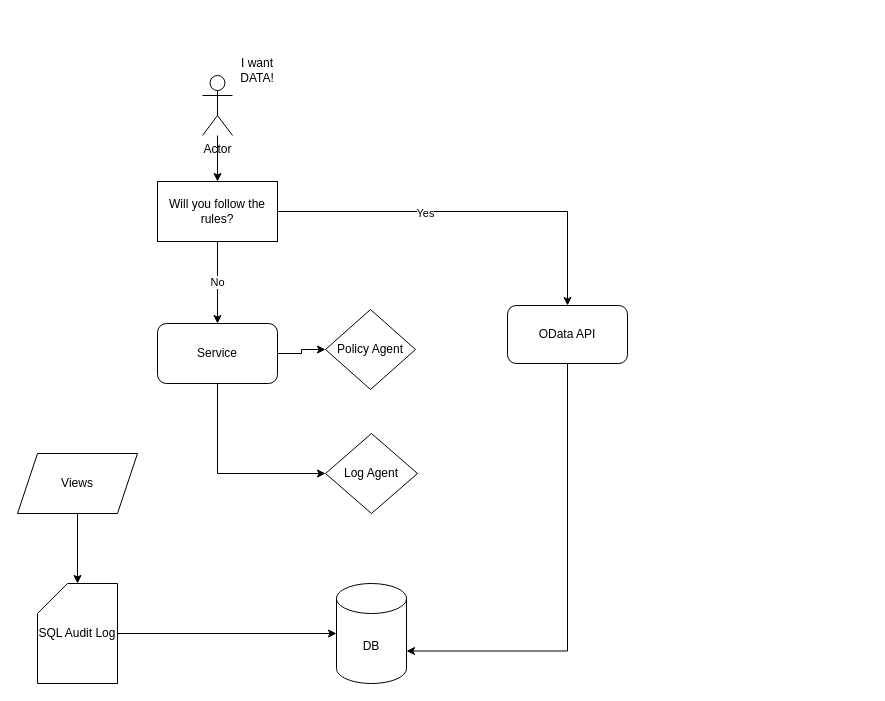
Above: data-access-policy-setup.drawio in enkopvand/enterprise-architecture (draw.io), before the change. Source tidied: cells renumbered, new cells numbered last; positions are measured from the earlier drawing's top-left corner, leaving out a move shared by most shapes. Both pictures are drawn from the tidied source at 100%, with x=0, y=0 at pixel (17, 55).
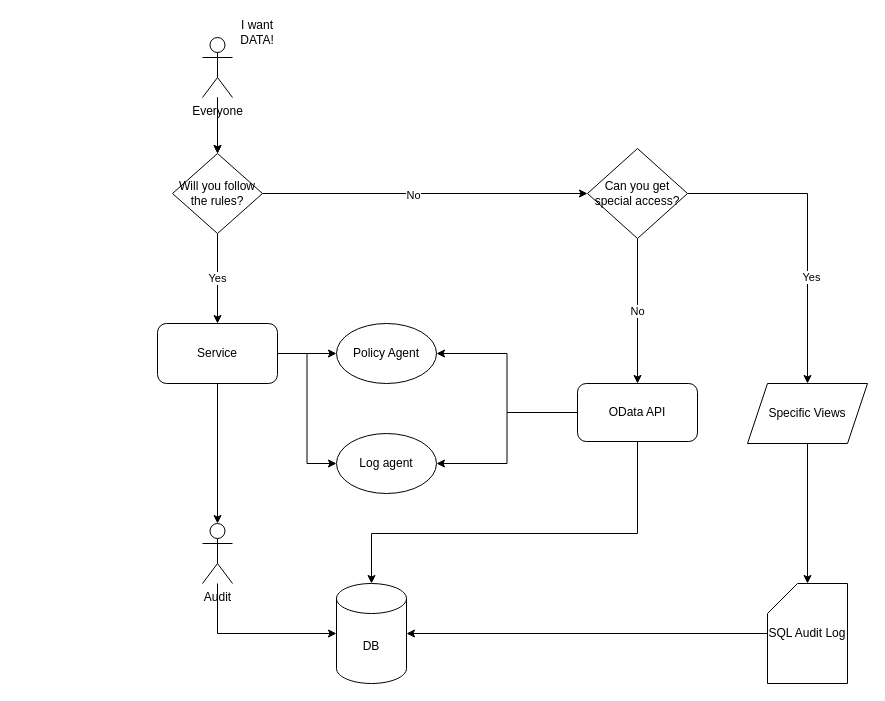
After the change.

Unchanged cells that the change refers to:
```xml
<mxCell id="9" value="DB" style="shape=cylinder3;whiteSpace=wrap;html=1;boundedLbl=1;backgroundOutline=1;size=15;" parent="1" vertex="1">
  <mxGeometry x="319" y="528" width="70" height="100" as="geometry" />
</mxCell>
<mxCell id="12" value="Service" style="rounded=1;whiteSpace=wrap;html=1;" parent="1" vertex="1">
  <mxGeometry x="140" y="268" width="120" height="60" as="geometry" />
</mxCell>
```

Diff of the diagram source:
```diff
@@
+    <mxCell id="20" style="edgeStyle=orthogonalEdgeStyle;rounded=0;jettySize=auto;html=1;" parent="1" edge="1" source="3" target="7">
+      <mxGeometry relative="1" as="geometry" />
+    </mxCell>
-    <mxCell id="3" value="Actor" style="shape=umlActor;verticalLabelPosition=bottom;verticalAlign=top;html=1;outlineConnect=0;" parent="1" vertex="1">
-      <mxGeometry x="185" y="20" width="30" height="60" as="geometry" />
+    <mxCell id="3" value="Everyone" style="shape=umlActor;verticalLabelPosition=bottom;verticalAlign=top;html=1;outlineConnect=0;" parent="1" vertex="1">
+      <mxGeometry x="185" y="-18" width="30" height="60" as="geometry" />
     </mxCell>
     <mxCell id="4" value="I want DATA!" style="text;html=1;strokeColor=none;fillColor=none;align=center;verticalAlign=middle;whiteSpace=wrap;rounded=0;" parent="1" vertex="1">
-      <mxGeometry x="210" width="60" height="30" as="geometry" />
+      <mxGeometry x="210" y="-38" width="60" height="30" as="geometry" />
     </mxCell>
-    <mxCell id="5" value="No" style="edgeStyle=orthogonalEdgeStyle;rounded=0;jettySize=auto;html=1;" parent="1" edge="1" source="7" target="12">
+    <mxCell id="5" value="Yes" style="edgeStyle=orthogonalEdgeStyle;rounded=0;jettySize=auto;html=1;" parent="1" edge="1" source="7" target="12">
       <mxGeometry relative="1" as="geometry" />
     </mxCell>
-    <mxCell id="6" value="Yes" style="edgeStyle=orthogonalEdgeStyle;rounded=0;jettySize=auto;html=1;" parent="1" edge="1" source="7" target="19">
-      <mxGeometry x="-0.23" y="-2" relative="1" as="geometry" />
-    </mxCell>
+    <mxCell id="21" style="edgeStyle=orthogonalEdgeStyle;rounded=0;jettySize=auto;html=1;" parent="1" edge="1" source="7" target="32">
+      <mxGeometry relative="1" as="geometry" />
+    </mxCell>
+    <mxCell id="22" value="No" style="edgeLabel;html=1;align=center;verticalAlign=middle;" parent="21" vertex="1">
+      <mxGeometry x="-0.08" y="-1" relative="1" as="geometry" />
+    </mxCell>
-    <mxCell id="7" value="Will you follow the rules?" style="rounded=0;whiteSpace=wrap;html=1;" parent="1" vertex="1">
-      <mxGeometry x="140" y="126" width="120" height="60" as="geometry" />
+    <mxCell id="7" value="Will you follow the rules?" style="rhombus;whiteSpace=wrap;html=1;rounded=0;" parent="1" vertex="1">
+      <mxGeometry x="155" y="98" width="90" height="80" as="geometry" />
     </mxCell>
-    <mxCell id="8" value="Policy Agent" style="rhombus;whiteSpace=wrap;html=1;rounded=0;" parent="1" vertex="1">
-      <mxGeometry x="308" y="254" width="90" height="80" as="geometry" />
-    </mxCell>
@@
+    <mxCell id="23" style="edgeStyle=orthogonalEdgeStyle;rounded=0;jettySize=auto;html=1;" parent="1" edge="1" source="12" target="28">
+      <mxGeometry relative="1" as="geometry" />
+    </mxCell>
@@
-    <mxCell id="11" style="edgeStyle=orthogonalEdgeStyle;rounded=0;jettySize=auto;html=1;entryX=0;entryY=0.5;entryDx=0;entryDy=0;" parent="1" edge="1" source="12" target="17">
-      <mxGeometry relative="1" as="geometry">
-        <Array as="points">
-          <mxPoint x="200" y="418" />
-        </Array>
-      </mxGeometry>
-    </mxCell>
+    <mxCell id="24" style="edgeStyle=orthogonalEdgeStyle;rounded=0;jettySize=auto;html=1;entryX=0;entryY=0.5;entryDx=0;entryDy=0;" parent="1" edge="1" source="12" target="29">
+      <mxGeometry relative="1" as="geometry" />
+    </mxCell>
@@
-    <mxCell id="14" value="Views" style="shape=parallelogram;perimeter=parallelogramPerimeter;whiteSpace=wrap;html=1;fixedSize=1;" parent="1" vertex="1">
-      <mxGeometry y="398" width="120" height="60" as="geometry" />
+    <mxCell id="14" value="Specific Views" style="shape=parallelogram;perimeter=parallelogramPerimeter;whiteSpace=wrap;html=1;fixedSize=1;" parent="1" vertex="1">
+      <mxGeometry x="730" y="328" width="120" height="60" as="geometry" />
     </mxCell>
-    <mxCell id="15" style="edgeStyle=orthogonalEdgeStyle;rounded=0;jettySize=auto;html=1;entryX=0;entryY=0.5;entryDx=0;entryDy=0;entryPerimeter=0;" parent="1" edge="1" source="16" target="9">
+    <mxCell id="15" style="edgeStyle=orthogonalEdgeStyle;rounded=0;jettySize=auto;html=1;entryX=1;entryY=0.5;entryDx=0;entryDy=0;entryPerimeter=0;" parent="1" edge="1" source="16" target="9">
       <mxGeometry relative="1" as="geometry" />
     </mxCell>
     <mxCell id="16" value="SQL Audit Log" style="shape=card;whiteSpace=wrap;html=1;" parent="1" vertex="1">
-      <mxGeometry x="20" y="528" width="80" height="100" as="geometry" />
+      <mxGeometry x="750" y="528" width="80" height="100" as="geometry" />
     </mxCell>
-    <mxCell id="17" value="Log Agent" style="rhombus;whiteSpace=wrap;html=1;" parent="1" vertex="1">
-      <mxGeometry x="308" y="378" width="92" height="80" as="geometry" />
-    </mxCell>
+    <mxCell id="25" style="edgeStyle=orthogonalEdgeStyle;rounded=0;jettySize=auto;html=1;entryX=1;entryY=0.5;entryDx=0;entryDy=0;" parent="1" edge="1" source="19" target="29">
+      <mxGeometry relative="1" as="geometry" />
+    </mxCell>
+    <mxCell id="26" style="edgeStyle=orthogonalEdgeStyle;rounded=0;jettySize=auto;html=1;entryX=1;entryY=0.5;entryDx=0;entryDy=0;" parent="1" edge="1" source="19" target="8">
+      <mxGeometry relative="1" as="geometry" />
+    </mxCell>
-    <mxCell id="18" style="edgeStyle=orthogonalEdgeStyle;rounded=0;jettySize=auto;html=1;entryX=1;entryY=0;entryDx=0;entryDy=67.5;entryPerimeter=0;" parent="1" edge="1" source="19" target="9">
+    <mxCell id="18" style="edgeStyle=orthogonalEdgeStyle;rounded=0;jettySize=auto;html=1;entryX=0.5;entryY=0;entryDx=0;entryDy=0;entryPerimeter=0;" parent="1" edge="1" source="19" target="9">
       <mxGeometry relative="1" as="geometry">
         <Array as="points">
-          <mxPoint x="550" y="596" />
+          <mxPoint x="620" y="478" />
+          <mxPoint x="354" y="478" />
         </Array>
       </mxGeometry>
     </mxCell>
     <mxCell id="19" value="OData API" style="rounded=1;whiteSpace=wrap;html=1;" parent="1" vertex="1">
-      <mxGeometry x="490" y="250" width="120" height="58" as="geometry" />
+      <mxGeometry x="560" y="328" width="120" height="58" as="geometry" />
     </mxCell>
+    <mxCell id="27" style="edgeStyle=orthogonalEdgeStyle;rounded=0;jettySize=auto;html=1;" parent="1" edge="1" source="28" target="9">
+      <mxGeometry relative="1" as="geometry">
+        <Array as="points">
+          <mxPoint x="200" y="578" />
+        </Array>
+      </mxGeometry>
+    </mxCell>
+    <mxCell id="28" value="Audit" style="shape=umlActor;verticalLabelPosition=bottom;verticalAlign=top;html=1;outlineConnect=0;" parent="1" vertex="1">
+      <mxGeometry x="185" y="468" width="30" height="60" as="geometry" />
+    </mxCell>
+    <mxCell id="8" value="Policy Agent" style="ellipse;whiteSpace=wrap;html=1;" parent="1" vertex="1">
+      <mxGeometry x="319" y="268" width="100" height="60" as="geometry" />
+    </mxCell>
+    <mxCell id="29" value="Log agent" style="ellipse;whiteSpace=wrap;html=1;" parent="1" vertex="1">
+      <mxGeometry x="319" y="378" width="100" height="60" as="geometry" />
+    </mxCell>
+    <mxCell id="30" value="No" style="edgeStyle=orthogonalEdgeStyle;rounded=0;jettySize=auto;html=1;" parent="1" edge="1" source="32" target="19">
+      <mxGeometry relative="1" as="geometry" />
+    </mxCell>
+    <mxCell id="31" style="edgeStyle=orthogonalEdgeStyle;rounded=0;jettySize=auto;html=1;" parent="1" edge="1" source="32" target="14">
+      <mxGeometry relative="1" as="geometry" />
+    </mxCell>
+    <mxCell id="6" value="Yes" style="edgeLabel;html=1;align=center;verticalAlign=middle;" parent="31" vertex="1">
+      <mxGeometry x="0.31" y="3" relative="1" as="geometry" />
+    </mxCell>
+    <mxCell id="32" value="Can you get special access?" style="rhombus;whiteSpace=wrap;html=1;" parent="1" vertex="1">
+      <mxGeometry x="570" y="93" width="100" height="90" as="geometry" />
+    </mxCell>
```
